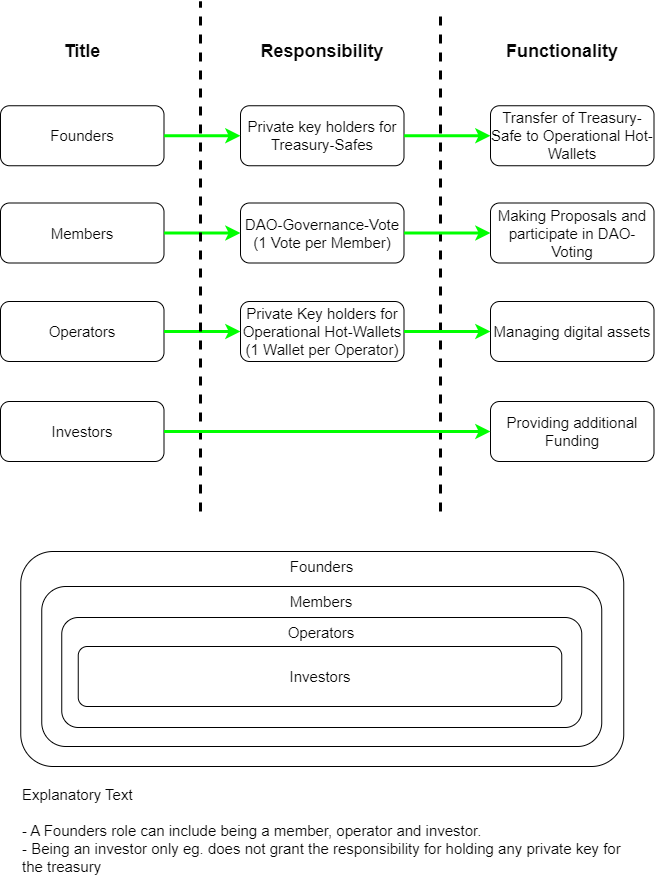
Above: 00_Organisational/Diagrams/roles.drawio.png in Vedaykin/2ndRenaissanceSociety (draw.io), before the change. Source tidied: cells renumbered, new cells last; positions are measured from the earlier drawing's top-left corner, leaving out a move shared by most shapes. Its diagram source:
```xml
<mxGraphModel>
  <root>
    <mxCell id="0" />
    <mxCell id="1" parent="0" />
    <mxCell id="2" value="Founders" style="rounded=1;whiteSpace=wrap;html=1;fontSize=15;fontColor=#050505;" parent="1" vertex="1">
      <mxGeometry y="104.2" width="163.5" height="60" as="geometry" />
    </mxCell>
    <mxCell id="3" value="Members" style="rounded=1;whiteSpace=wrap;html=1;fontSize=15;fontColor=#050505;" parent="1" vertex="1">
      <mxGeometry y="201.5" width="163.5" height="60" as="geometry" />
    </mxCell>
    <mxCell id="4" value="Operators" style="rounded=1;whiteSpace=wrap;html=1;fontSize=15;fontColor=#050505;" parent="1" vertex="1">
      <mxGeometry y="300" width="163.5" height="60" as="geometry" />
    </mxCell>
    <mxCell id="5" value="Investors" style="rounded=1;whiteSpace=wrap;html=1;fontSize=15;fontColor=#050505;" parent="1" vertex="1">
      <mxGeometry y="400" width="163.5" height="60" as="geometry" />
    </mxCell>
    <mxCell id="6" value="Private key holders for Treasury-Safes" style="rounded=1;whiteSpace=wrap;html=1;fontSize=15;fontColor=#050505;" parent="1" vertex="1">
      <mxGeometry x="240" y="104.2" width="163.5" height="60" as="geometry" />
    </mxCell>
    <mxCell id="7" value="DAO-Governance-Vote (1 Vote per Member)" style="rounded=1;whiteSpace=wrap;html=1;fontSize=15;fontColor=#050505;" parent="1" vertex="1">
      <mxGeometry x="240" y="201.5" width="163.5" height="60" as="geometry" />
    </mxCell>
    <mxCell id="8" value="Private Key holders for Operational Hot-Wallets (1 Wallet per Operator)" style="rounded=1;whiteSpace=wrap;html=1;fontSize=15;fontColor=#050505;" parent="1" vertex="1">
      <mxGeometry x="240" y="300" width="163.5" height="60" as="geometry" />
    </mxCell>
    <mxCell id="9" style="endArrow=classic;startArrow=none;html=1;rounded=0;entryX=0;entryY=0.5;entryDx=0;entryDy=0;exitX=1;exitY=0.5;exitDx=0;exitDy=0;fontColor=#050505;strokeColor=#00FF00;strokeWidth=3;startFill=0;fontSize=15;" parent="1" edge="1" source="4" target="8">
      <mxGeometry relative="1" as="geometry" />
    </mxCell>
    <mxCell id="10" style="endArrow=classic;startArrow=none;html=1;rounded=0;entryX=0;entryY=0.5;entryDx=0;entryDy=0;exitX=1;exitY=0.5;exitDx=0;exitDy=0;fontColor=#050505;strokeColor=#00FF00;strokeWidth=3;startFill=0;fontSize=15;" parent="1" edge="1" source="3" target="7">
      <mxGeometry relative="1" as="geometry" />
    </mxCell>
    <mxCell id="11" style="endArrow=classic;startArrow=none;html=1;rounded=0;entryX=0;entryY=0.5;entryDx=0;entryDy=0;exitX=1;exitY=0.5;exitDx=0;exitDy=0;fontColor=#050505;strokeColor=#00FF00;strokeWidth=3;startFill=0;fontSize=15;" parent="1" edge="1" source="2" target="6">
      <mxGeometry relative="1" as="geometry" />
    </mxCell>
    <mxCell id="12" style="endArrow=none;dashed=1;html=1;rounded=0;fontSize=14;strokeWidth=3;" parent="1" edge="1">
      <mxGeometry relative="1" as="geometry">
        <mxPoint x="200" y="510" as="sourcePoint" />
        <mxPoint x="200" as="targetPoint" />
      </mxGeometry>
    </mxCell>
    <mxCell id="13" style="endArrow=none;dashed=1;html=1;rounded=0;strokeWidth=3;" parent="1" edge="1">
      <mxGeometry relative="1" as="geometry">
        <mxPoint x="440" y="510" as="sourcePoint" />
        <mxPoint x="440" y="10" as="targetPoint" />
      </mxGeometry>
    </mxCell>
    <mxCell id="14" value="Title" style="rounded=1;whiteSpace=wrap;html=1;fontSize=18;fontColor=#050505;strokeColor=none;fontStyle=1;" parent="1" vertex="1">
      <mxGeometry y="20" width="163.5" height="60" as="geometry" />
    </mxCell>
    <mxCell id="15" value="Responsibility" style="rounded=1;whiteSpace=wrap;html=1;fontSize=18;fontColor=#050505;strokeColor=none;fontStyle=1;" parent="1" vertex="1">
      <mxGeometry x="240" y="20" width="163.5" height="60" as="geometry" />
    </mxCell>
    <mxCell id="16" value="Functionality" style="rounded=1;whiteSpace=wrap;html=1;fontSize=18;fontColor=#050505;strokeColor=none;fontStyle=1;" parent="1" vertex="1">
      <mxGeometry x="480" y="20" width="163.5" height="60" as="geometry" />
    </mxCell>
    <mxCell id="17" value="Transfer of Treasury-Safe to Operational Hot-Wallets" style="rounded=1;whiteSpace=wrap;html=1;fontSize=15;fontColor=#050505;" parent="1" vertex="1">
      <mxGeometry x="490" y="104.2" width="163.5" height="60" as="geometry" />
    </mxCell>
    <mxCell id="18" value="Making Proposals and participate in DAO-Voting" style="rounded=1;whiteSpace=wrap;html=1;fontSize=15;fontColor=#050505;" parent="1" vertex="1">
      <mxGeometry x="490" y="201.5" width="163.5" height="60" as="geometry" />
    </mxCell>
    <mxCell id="19" value="Managing digital assets" style="rounded=1;whiteSpace=wrap;html=1;fontSize=15;fontColor=#050505;" parent="1" vertex="1">
      <mxGeometry x="490" y="300" width="163.5" height="60" as="geometry" />
    </mxCell>
    <mxCell id="20" value="Providing additional Funding" style="rounded=1;whiteSpace=wrap;html=1;fontSize=15;fontColor=#050505;" parent="1" vertex="1">
      <mxGeometry x="490" y="400" width="163.5" height="60" as="geometry" />
    </mxCell>
    <mxCell id="21" style="endArrow=classic;startArrow=none;html=1;rounded=0;entryX=0;entryY=0.5;entryDx=0;entryDy=0;exitX=1;exitY=0.5;exitDx=0;exitDy=0;fontColor=#050505;strokeColor=#00FF00;strokeWidth=3;startFill=0;fontSize=15;" parent="1" edge="1" source="6" target="17">
      <mxGeometry relative="1" as="geometry" />
    </mxCell>
    <mxCell id="22" style="endArrow=classic;startArrow=none;html=1;rounded=0;entryX=0;entryY=0.5;entryDx=0;entryDy=0;exitX=1;exitY=0.5;exitDx=0;exitDy=0;fontColor=#050505;strokeColor=#00FF00;strokeWidth=3;startFill=0;fontSize=15;" parent="1" edge="1" source="7" target="18">
      <mxGeometry relative="1" as="geometry" />
    </mxCell>
    <mxCell id="23" style="endArrow=classic;startArrow=none;html=1;rounded=0;entryX=0;entryY=0.5;entryDx=0;entryDy=0;exitX=1;exitY=0.5;exitDx=0;exitDy=0;fontColor=#050505;strokeColor=#00FF00;strokeWidth=3;startFill=0;fontSize=15;" parent="1" edge="1" source="8" target="19">
      <mxGeometry relative="1" as="geometry" />
    </mxCell>
    <mxCell id="24" style="endArrow=classic;startArrow=none;html=1;rounded=0;entryX=0;entryY=0.5;entryDx=0;entryDy=0;exitX=1;exitY=0.5;exitDx=0;exitDy=0;fontColor=#050505;strokeColor=#00FF00;strokeWidth=3;startFill=0;fontSize=15;" parent="1" edge="1" source="5" target="20">
      <mxGeometry relative="1" as="geometry" />
    </mxCell>
    <mxCell id="25" value="Founders" style="rounded=1;whiteSpace=wrap;html=1;fontSize=15;fontColor=#050505;verticalAlign=top;" parent="1" vertex="1">
      <mxGeometry x="20.2" y="550" width="603" height="215" as="geometry" />
    </mxCell>
    <mxCell id="26" value="Members" style="rounded=1;whiteSpace=wrap;html=1;fontSize=15;fontColor=#050505;verticalAlign=top;" parent="1" vertex="1">
      <mxGeometry x="41.2" y="585" width="560" height="160" as="geometry" />
    </mxCell>
    <mxCell id="27" value="Operators" style="rounded=1;whiteSpace=wrap;html=1;fontSize=15;fontColor=#050505;verticalAlign=top;" parent="1" vertex="1">
      <mxGeometry x="61.2" y="616" width="520" height="110" as="geometry" />
    </mxCell>
    <mxCell id="28" value="Investors" style="rounded=1;whiteSpace=wrap;html=1;fontSize=15;fontColor=#050505;verticalAlign=middle;" parent="1" vertex="1">
      <mxGeometry x="77.8" y="645" width="483.5" height="60" as="geometry" />
    </mxCell>
    <mxCell id="29" value="Explanatory Text&lt;br&gt;&lt;br&gt;&lt;div style=&quot;&quot;&gt;&lt;span style=&quot;background-color: initial;&quot;&gt;- A Founders role can include being a member, operator and investor.&lt;/span&gt;&lt;/div&gt;&lt;div style=&quot;&quot;&gt;&lt;span style=&quot;background-color: initial;&quot;&gt;- Being an investor only eg. does not grant the responsibility for holding any private key for the treasury&lt;/span&gt;&lt;/div&gt;" style="rounded=1;whiteSpace=wrap;html=1;fontSize=15;fontColor=#050505;align=left;strokeColor=none;" parent="1" vertex="1">
      <mxGeometry x="20.2" y="774" width="609.8" height="110" as="geometry" />
    </mxCell>
  </root>
</mxGraphModel>
```
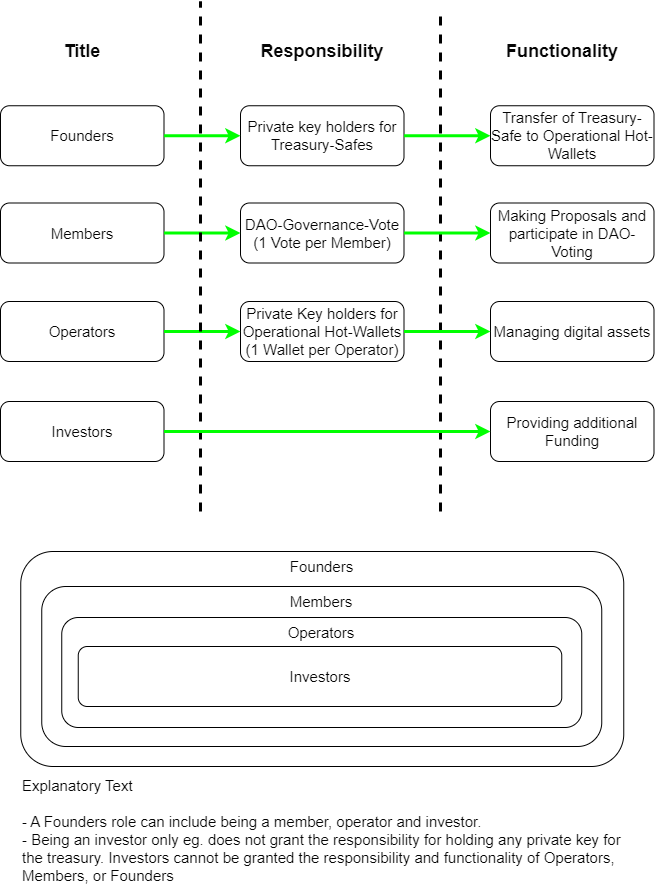
The same diagram one commit later.

Commit message:
Wallet and diagrams update

What changed in the source:
```diff
@@ -89,7 +89,7 @@
     <mxCell id="28" value="Investors" style="rounded=1;whiteSpace=wrap;html=1;fontSize=15;fontColor=#050505;verticalAlign=middle;" parent="1" vertex="1">
       <mxGeometry x="77.8" y="645" width="483.5" height="60" as="geometry" />
     </mxCell>
-    <mxCell id="29" value="Explanatory Text&lt;br&gt;&lt;br&gt;&lt;div style=&quot;&quot;&gt;&lt;span style=&quot;background-color: initial;&quot;&gt;- A Founders role can include being a member, operator and investor.&lt;/span&gt;&lt;/div&gt;&lt;div style=&quot;&quot;&gt;&lt;span style=&quot;background-color: initial;&quot;&gt;- Being an investor only eg. does not grant the responsibility for holding any private key for the treasury&lt;/span&gt;&lt;/div&gt;" style="rounded=1;whiteSpace=wrap;html=1;fontSize=15;fontColor=#050505;align=left;strokeColor=none;" parent="1" vertex="1">
+    <mxCell id="29" value="Explanatory Text&lt;br&gt;&lt;br&gt;&lt;div style=&quot;&quot;&gt;&lt;span style=&quot;background-color: initial;&quot;&gt;- A Founders role can include being a member, operator and investor.&lt;/span&gt;&lt;/div&gt;&lt;div style=&quot;&quot;&gt;&lt;span style=&quot;background-color: initial;&quot;&gt;- Being an investor only eg. does not grant the responsibility for holding any private key for the treasury. Investors cannot be granted the responsibility and functionality of Operators, Members, or Founders&lt;/span&gt;&lt;/div&gt;" style="rounded=1;whiteSpace=wrap;html=1;fontSize=15;fontColor=#050505;align=left;strokeColor=none;" parent="1" vertex="1">
       <mxGeometry x="20.2" y="774" width="609.8" height="110" as="geometry" />
     </mxCell>
   </root>
```
